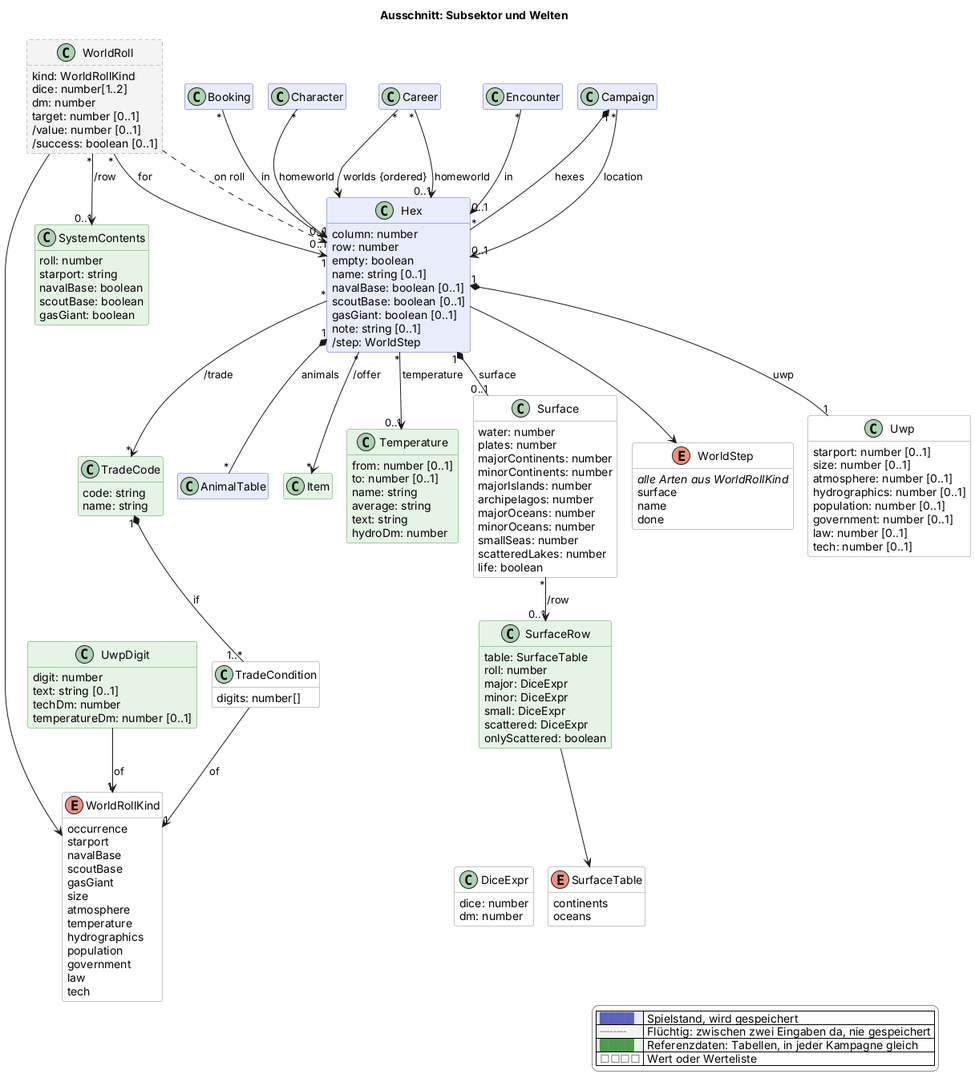
The PlantUML diagram docs/views/sektor.png in scuzzar/SRE, before a commit.
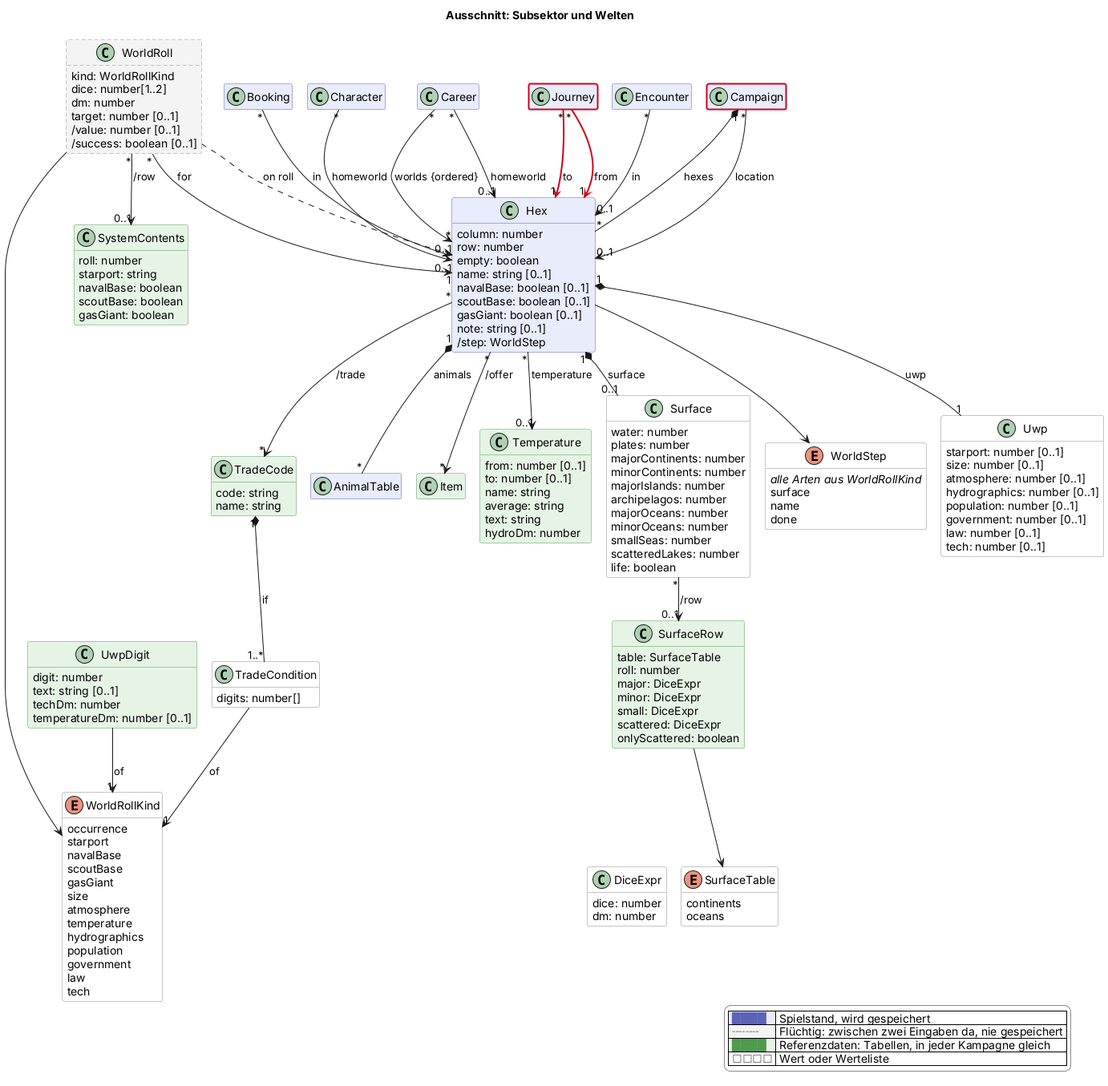
Later version of the same file.

Diff of the diagram source:
```diff
@@ -103,6 +103,8 @@
   }
 
 
+  class Journey $reise $newClass("2026-11-13d")
+
   class Encounter $begegnung
   class AnimalTable $begegnung
 
@@ -190,6 +192,9 @@
 Campaign "*" --> "0..1" Hex : location
 Booking "*" --> "0..1" Hex : in
 
+Journey "*" -$newArrow("2026-11-13d")-> "1" Hex : from
+Journey "*" -$newArrow("2026-11-13d")-> "1" Hex : to
+
 Career "*" --> "0..1" Hex : homeworld
 Career "*" --> "*" Hex : worlds {ordered}
 Character "*" --> "0..1" Hex : homeworld
@@ -229,4 +234,5 @@
   |<#e6f4e6> <color:#4f9a4f>████</color> | Referenzdaten: Tabellen, in jeder Kampagne gleich |
   |<#ffffff> <color:#8a8a8a>□□□□</color> | Wert oder Werteliste |
 endlegend
+class Campaign #line:d0021b;line.bold
 @enduml
```
